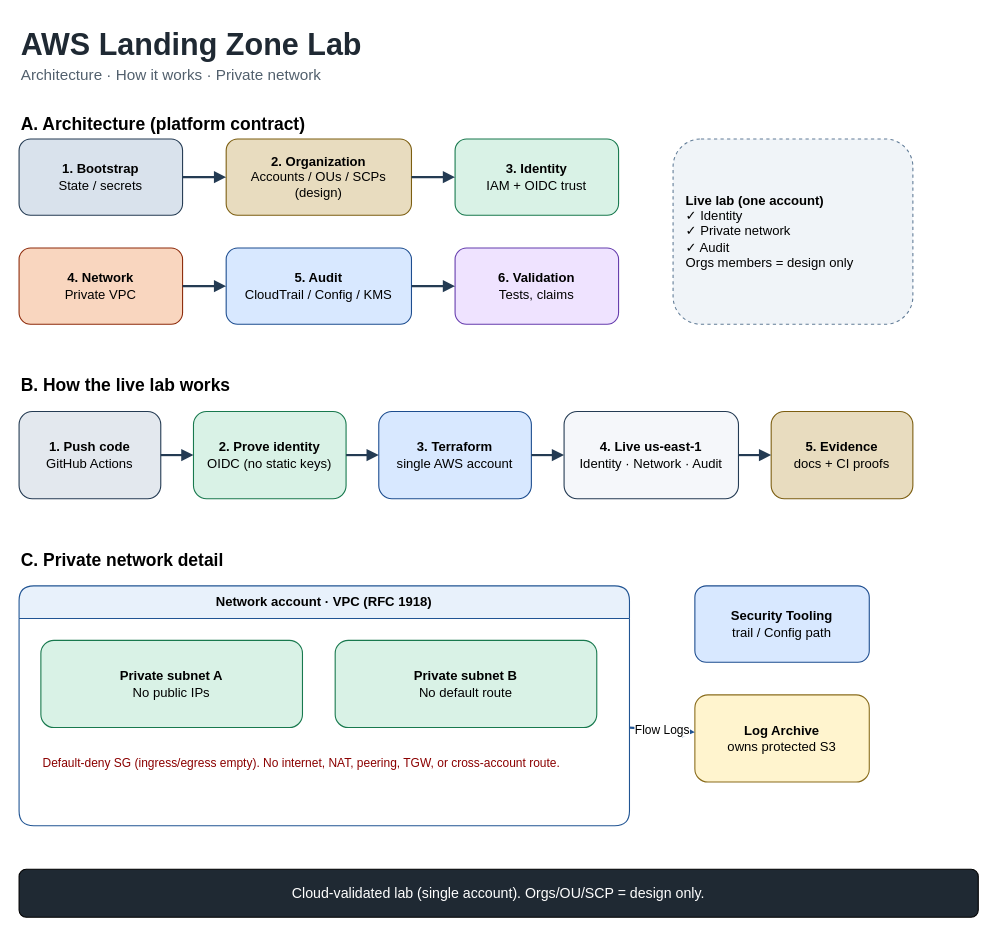
Above: platform/docs/diagrams/aws-landing-zone-lab.drawio in nathanielecon/aws-landing-zone-lab (draw.io), before the change. Source tidied: cells renumbered, new cells numbered last; positions are measured from the earlier drawing's top-left corner, leaving out a move shared by most shapes. Both pictures are drawn from the tidied source at 109%, with x=0, y=0 at pixel (19, 19).
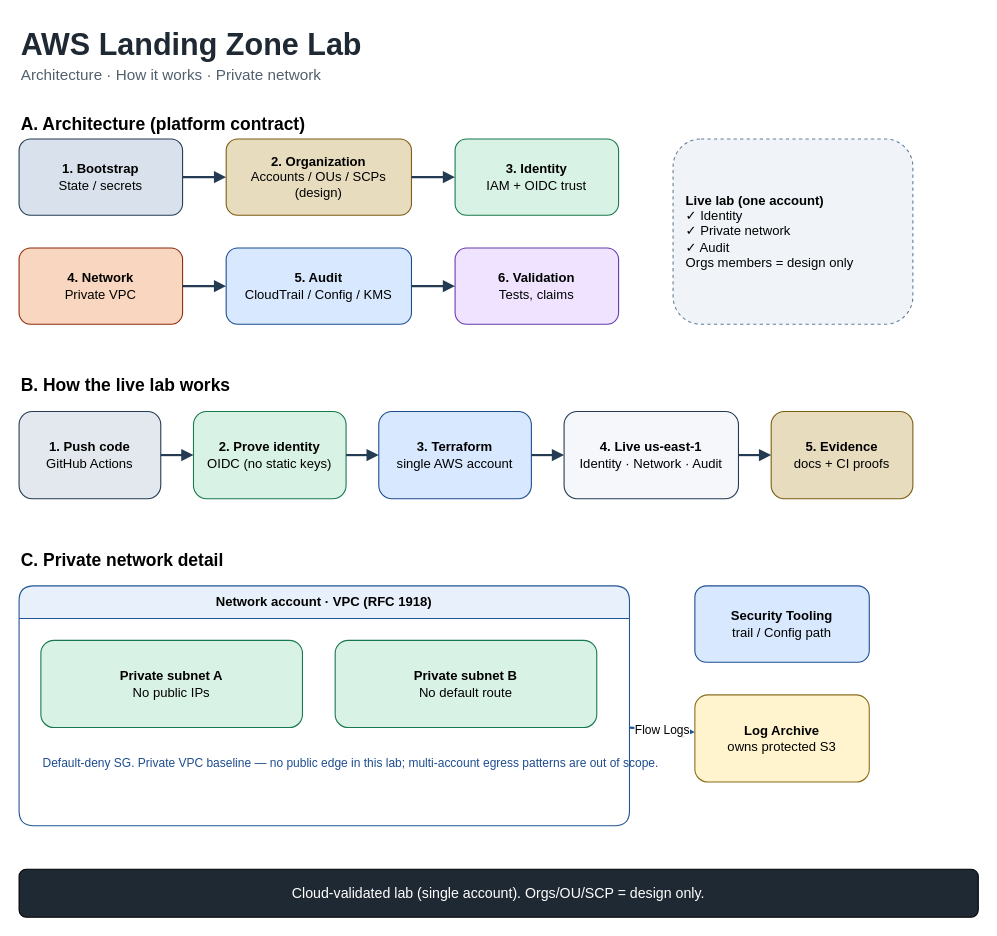
After the change.

The change refers to these unchanged cells:
```xml
<mxCell id="27" value="Network account · VPC (RFC 1918)" style="swimlane;rounded=1;whiteSpace=wrap;html=1;fillColor=#E8F1FB;strokeColor=#205493;startSize=30;fontStyle=1;" parent="1" vertex="1">
  <mxGeometry y="520" width="560" height="220" as="geometry" />
</mxCell>
```

The edit, as a diff of the source:
```diff
@@
-    <mxCell id="30" value="Default-deny SG (ingress/egress empty). No internet, NAT, peering, TGW, or cross-account route." style="text;html=1;align=left;fontSize=11;fontColor=#8B0000;" parent="27" vertex="1">
+    <mxCell id="30" value="Default-deny SG. Private VPC baseline — no public edge in this lab; multi-account egress patterns are out of scope." style="text;html=1;align=left;fontSize=11;fontColor=#1D4D8F;" parent="27" vertex="1">
       <mxGeometry x="20" y="150" width="510" height="50" as="geometry" />
     </mxCell>
```
